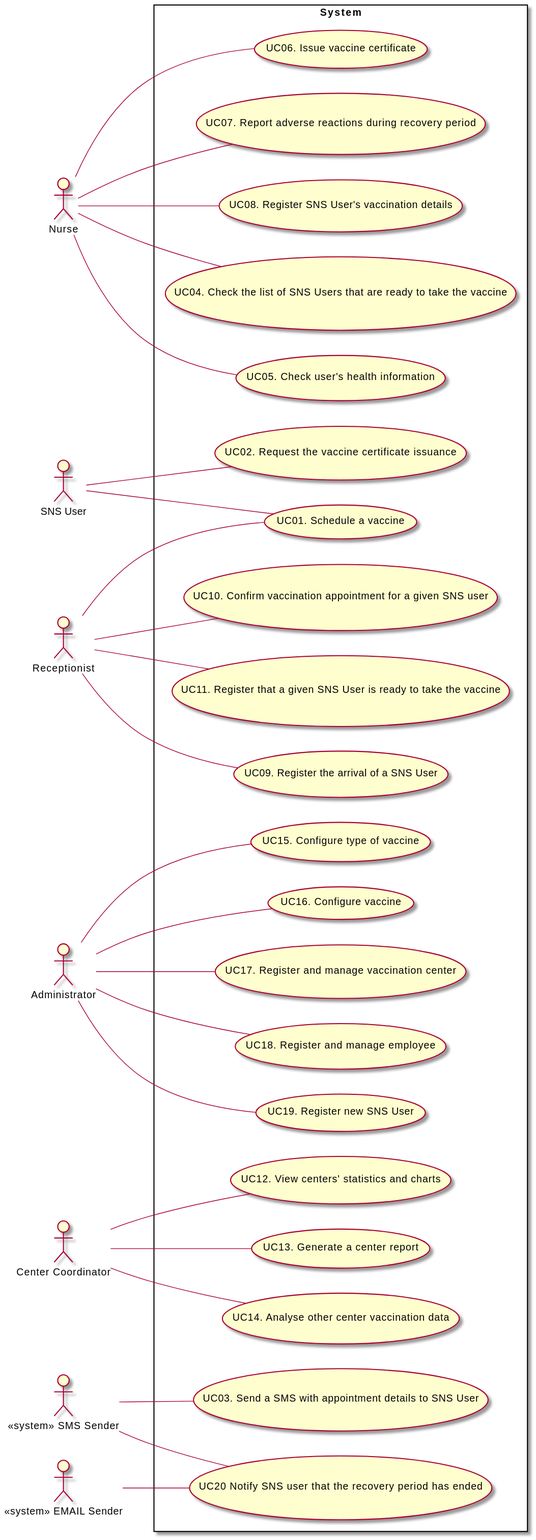
Earlier version of the PlantUML export docs/SprintA/UCD.svg (miseEnPlace-i/lapr2).
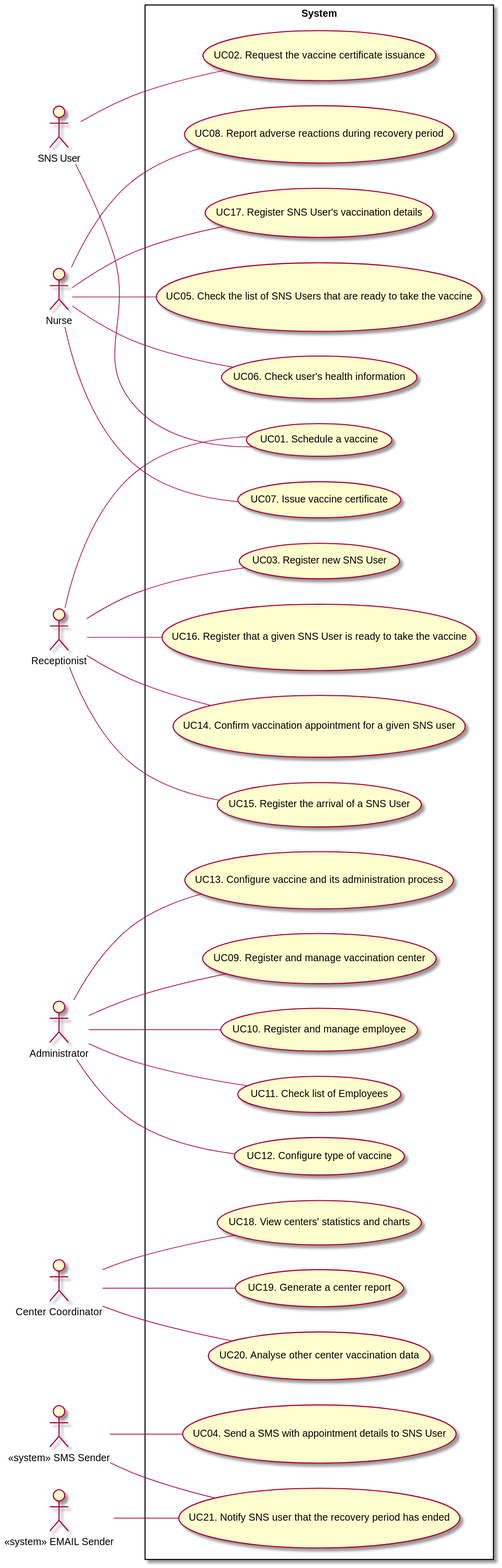
The same diagram one commit later.

What changed in the source:
```diff
@@ -8,35 +8,37 @@
 actor "Administrator" as admin
 actor "Center Coordinator" as coordinator
 actor "<< system >> SMS Sender" as dgs
-actor "<< system >> EMAIL Sender" as dgsMail
+actor "<< system >> EMAIL Sender" as dgsEmail
 
 rectangle System {
   usecase "UC01. Schedule a vaccine" as UC01
   usecase "UC02. Request the vaccine certificate issuance" as UC02
-  usecase "UC03. Send a SMS with appointment details to SNS User" as UC03
-  usecase "UC04. Check the list of SNS Users that are ready to take the vaccine" as UC05
-  usecase "UC05. Check user's health information" as UC06
-  usecase "UC06. Issue vaccine certificate" as UC07
-  usecase "UC07. Report adverse reactions during recovery period" as UC08
-  usecase "UC08. Register SNS User's vaccination details" as UC09
-  usecase "UC09. Register the arrival of a SNS User" as UC10
-  usecase "UC10. Confirm vaccination appointment for a given SNS user" as UC11
-  usecase "UC11. Register that a given SNS User is ready to take the vaccine" as UC12
-  usecase "UC12. View centers' statistics and charts" as UC13
-  usecase "UC13. Generate a center report" as UC14
-  usecase "UC14. Analyse other center vaccination data" as UC15
-  usecase "UC15. Configure type of vaccine" as UC16
-  usecase "UC16. Configure vaccine" as UC17
-  usecase "UC17. Register and manage vaccination center" as UC18
-  usecase "UC18. Register and manage employee" as UC19
-  usecase "UC19. Register new SNS User" as UC20
-  usecase "UC20  Notify SNS user that the recovery period has ended" as UC21
+  usecase "UC03. Register new SNS User" as UC20
+  usecase "UC04. Send a SMS with appointment details to SNS User" as UC03
+  usecase "UC05. Check the list of SNS Users that are ready to take the vaccine" as UC05
+  usecase "UC06. Check user's health information" as UC06
+  usecase "UC07. Issue vaccine certificate" as UC07
+  usecase "UC08. Report adverse reactions during recovery period" as UC08
+  usecase "UC09. Register and manage vaccination center" as UC18
+  usecase "UC10. Register and manage employee" as UC19
+  usecase "UC11. Check list of Employees" as UC22
+  usecase "UC12. Configure type of vaccine" as UC16
+  usecase "UC13. Configure vaccine and its administration process" as UC17
+  usecase "UC14. Confirm vaccination appointment for a given SNS user" as UC11
+  usecase "UC15. Register the arrival of a SNS User" as UC10
+  usecase "UC16. Register that a given SNS User is ready to take the vaccine" as UC12
+  usecase "UC17. Register SNS User's vaccination details" as UC09
+  usecase "UC18. View centers' statistics and charts" as UC13
+  usecase "UC19. Generate a center report" as UC14
+  usecase "UC20. Analyse other center vaccination data" as UC15
+  usecase "UC21. Notify SNS user that the recovery period has ended" as UC21
 }
 
 user -- UC01
 user -- UC02
 dgs -- UC03
 recept -- UC01
+recept -- UC20
 nurse -- UC05
 nurse -- UC06
 nurse -- UC07
@@ -52,8 +54,8 @@
 admin -- UC17
 admin -- UC18
 admin -- UC19
-admin -- UC20
+admin -- UC22
 dgs -- UC21
-dgsMail -- UC21
+dgsEmail -- UC21
 
 @enduml
```
